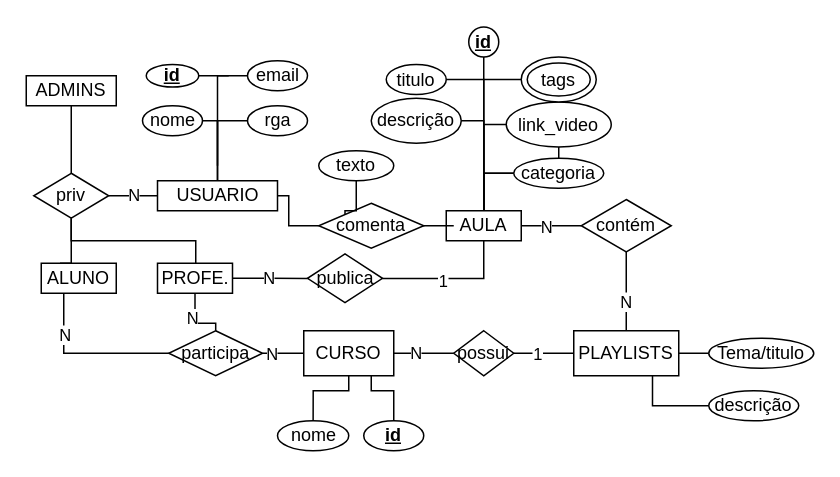
This is Untitled Diagram.drawio from douglas-terra/r1, a draw.io file, before an edit. Source tidied: cells renumbered, new cells numbered last; positions are measured from the earlier drawing's top-left corner, leaving out a move shared by most shapes. Both pictures are drawn from the tidied source at 150%, with x=0, y=0 at pixel (26, 27).
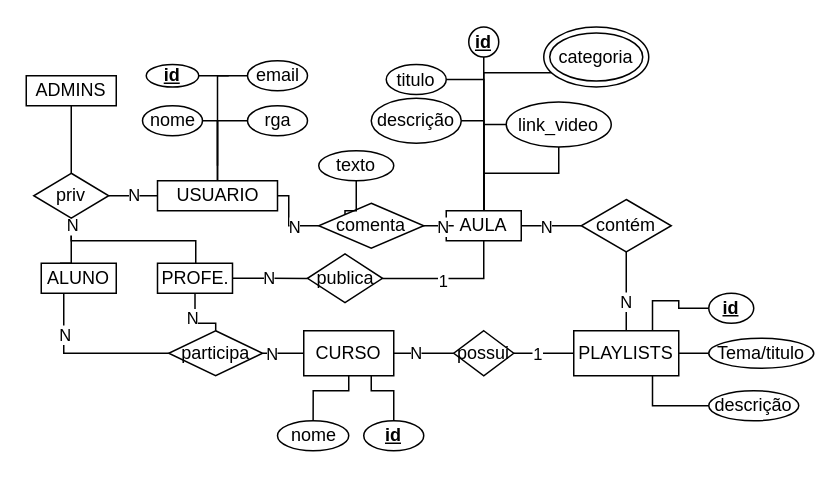
Above is the later version.

Unchanged cells that the change refers to:
```xml
<mxCell id="13" style="edgeStyle=orthogonalEdgeStyle;rounded=0;jettySize=auto;html=1;entryX=0.25;entryY=0;entryDx=0;entryDy=0;endArrow=none;endFill=0;" parent="1" edge="1" source="14" target="50">
  <mxGeometry relative="1" as="geometry">
    <Array as="points">
      <mxPoint x="30" y="157" />
    </Array>
  </mxGeometry>
</mxCell>
<mxCell id="32" value="AULA" style="rounded=0;whiteSpace=wrap;html=1;" parent="1" vertex="1">
  <mxGeometry x="280" y="122" width="50" height="20" as="geometry" />
</mxCell>
<mxCell id="44" value="PLAYLISTS" style="rounded=0;whiteSpace=wrap;html=1;strokeColor=#000000;" parent="1" vertex="1">
  <mxGeometry x="365" y="202" width="70" height="30" as="geometry" />
</mxCell>
<mxCell id="64" style="edgeStyle=orthogonalEdgeStyle;rounded=0;jettySize=auto;html=1;entryX=0;entryY=0.5;entryDx=0;entryDy=0;endArrow=none;endFill=0;" parent="1" edge="1" source="66" target="32">
  <mxGeometry relative="1" as="geometry" />
</mxCell>
<mxCell id="65" style="edgeStyle=orthogonalEdgeStyle;rounded=0;jettySize=auto;html=1;entryX=1;entryY=0.5;entryDx=0;entryDy=0;endArrow=none;endFill=0;" parent="1" edge="1" source="66" target="3">
  <mxGeometry relative="1" as="geometry" />
</mxCell>
```

What changed in the source:
```diff
@@
+    <mxCell id="69" value="N" style="edgeLabel;html=1;align=center;verticalAlign=middle;" parent="13" vertex="1">
+      <mxGeometry x="-0.79" relative="1" as="geometry" />
+    </mxCell>
@@
-    <mxCell id="42" style="edgeStyle=orthogonalEdgeStyle;rounded=0;jettySize=auto;html=1;endArrow=none;endFill=0;" parent="1" edge="1" source="43">
-      <mxGeometry relative="1" as="geometry">
-        <mxPoint x="305" y="34.5" as="targetPoint" />
-      </mxGeometry>
-    </mxCell>
-    <mxCell id="43" value="tags" style="ellipse;shape=doubleEllipse;whiteSpace=wrap;html=1;strokeColor=#000000;" parent="1" vertex="1">
-      <mxGeometry x="330" y="19.5" width="50" height="30" as="geometry" />
-    </mxCell>
@@
-    <mxCell id="62" style="edgeStyle=orthogonalEdgeStyle;rounded=0;jettySize=auto;html=1;entryX=0.5;entryY=0;entryDx=0;entryDy=0;endArrow=none;endFill=0;strokeColor=#000000;" parent="1" edge="1" source="63" target="32">
-      <mxGeometry relative="1" as="geometry">
-        <Array as="points">
-          <mxPoint x="305" y="97" />
-        </Array>
-      </mxGeometry>
-    </mxCell>
-    <mxCell id="63" value="categoria" style="ellipse;whiteSpace=wrap;html=1;strokeColor=#000000;" parent="1" vertex="1">
-      <mxGeometry x="325" y="87" width="60" height="20" as="geometry" />
-    </mxCell>
@@
+    <mxCell id="70" value="N" style="edgeLabel;html=1;align=center;verticalAlign=middle;" parent="64" vertex="1">
+      <mxGeometry x="0.92" relative="1" as="geometry" />
+    </mxCell>
@@
+    <mxCell id="71" value="N" style="edgeLabel;html=1;align=center;verticalAlign=middle;" parent="65" vertex="1">
+      <mxGeometry x="-0.28" relative="1" as="geometry" />
+    </mxCell>
@@
+    <mxCell id="62" style="edgeStyle=orthogonalEdgeStyle;rounded=0;jettySize=auto;html=1;entryX=0.5;entryY=0;entryDx=0;entryDy=0;endArrow=none;endFill=0;" parent="1" edge="1" source="63" target="32">
+      <mxGeometry relative="1" as="geometry">
+        <Array as="points">
+          <mxPoint x="305" y="30" />
+        </Array>
+      </mxGeometry>
+    </mxCell>
+    <mxCell id="63" value="categoria" style="ellipse;shape=doubleEllipse;whiteSpace=wrap;html=1;" parent="1" vertex="1">
+      <mxGeometry x="345" y="-0.5" width="70" height="40" as="geometry" />
+    </mxCell>
+    <mxCell id="72" style="edgeStyle=orthogonalEdgeStyle;rounded=0;jettySize=auto;html=1;entryX=0.75;entryY=0;entryDx=0;entryDy=0;endArrow=none;endFill=0;" parent="1" edge="1" source="73" target="44">
+      <mxGeometry relative="1" as="geometry" />
+    </mxCell>
+    <mxCell id="73" value="&lt;u&gt;&lt;b&gt;id&lt;/b&gt;&lt;/u&gt;" style="ellipse;whiteSpace=wrap;html=1;" parent="1" vertex="1">
+      <mxGeometry x="455" y="177" width="30" height="20" as="geometry" />
+    </mxCell>
```
